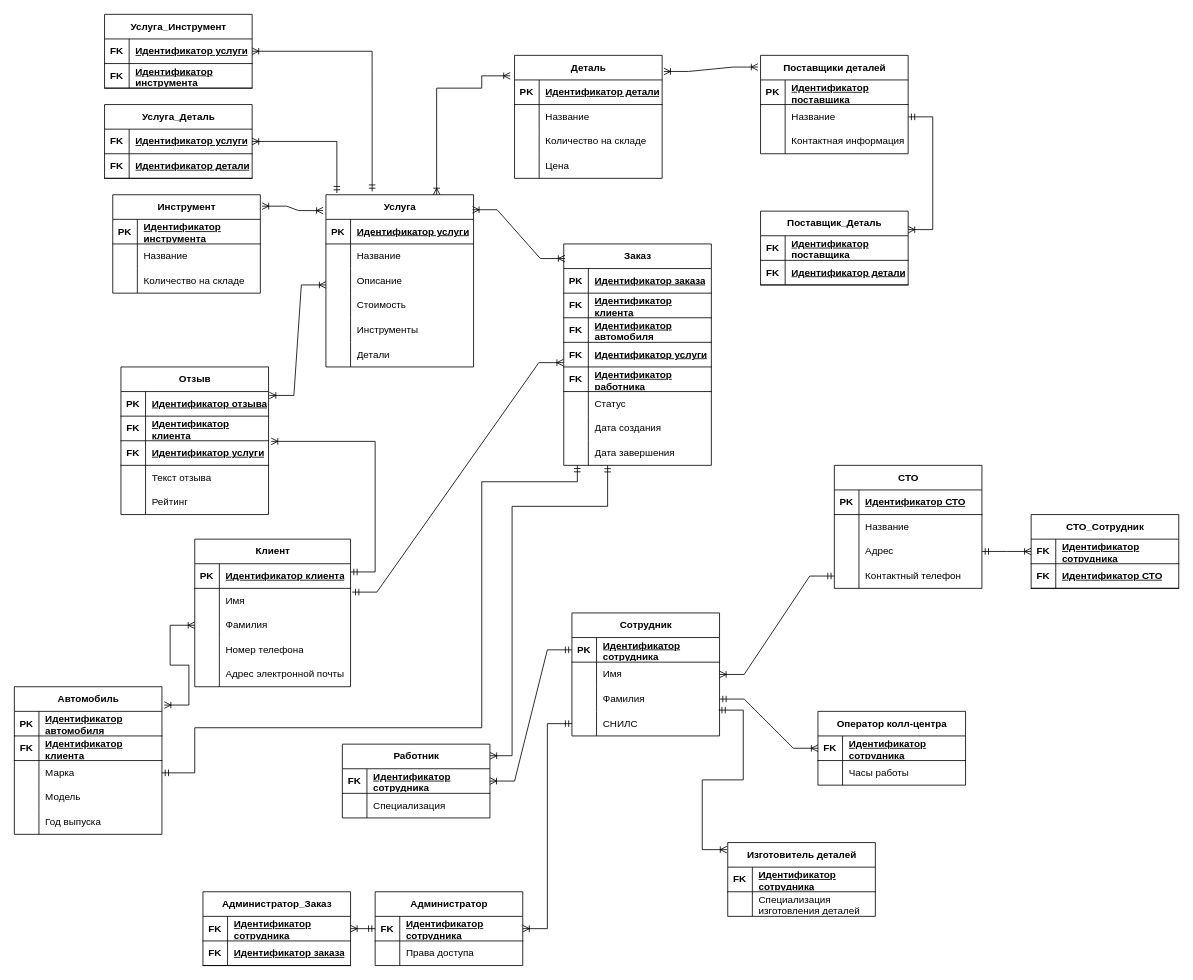
This is Семестр 5/ИСБД/курсовая/этап2/normalize_infological.drawio from Ivanio1/itmo-3course, a draw.io file, before an edit. Source tidied: cells renumbered, new cells numbered last; positions are measured from the earlier drawing's top-left corner, leaving out a move shared by most shapes. Both pictures are drawn from the tidied source at 82%, with x=0, y=0 at pixel (14, 14).
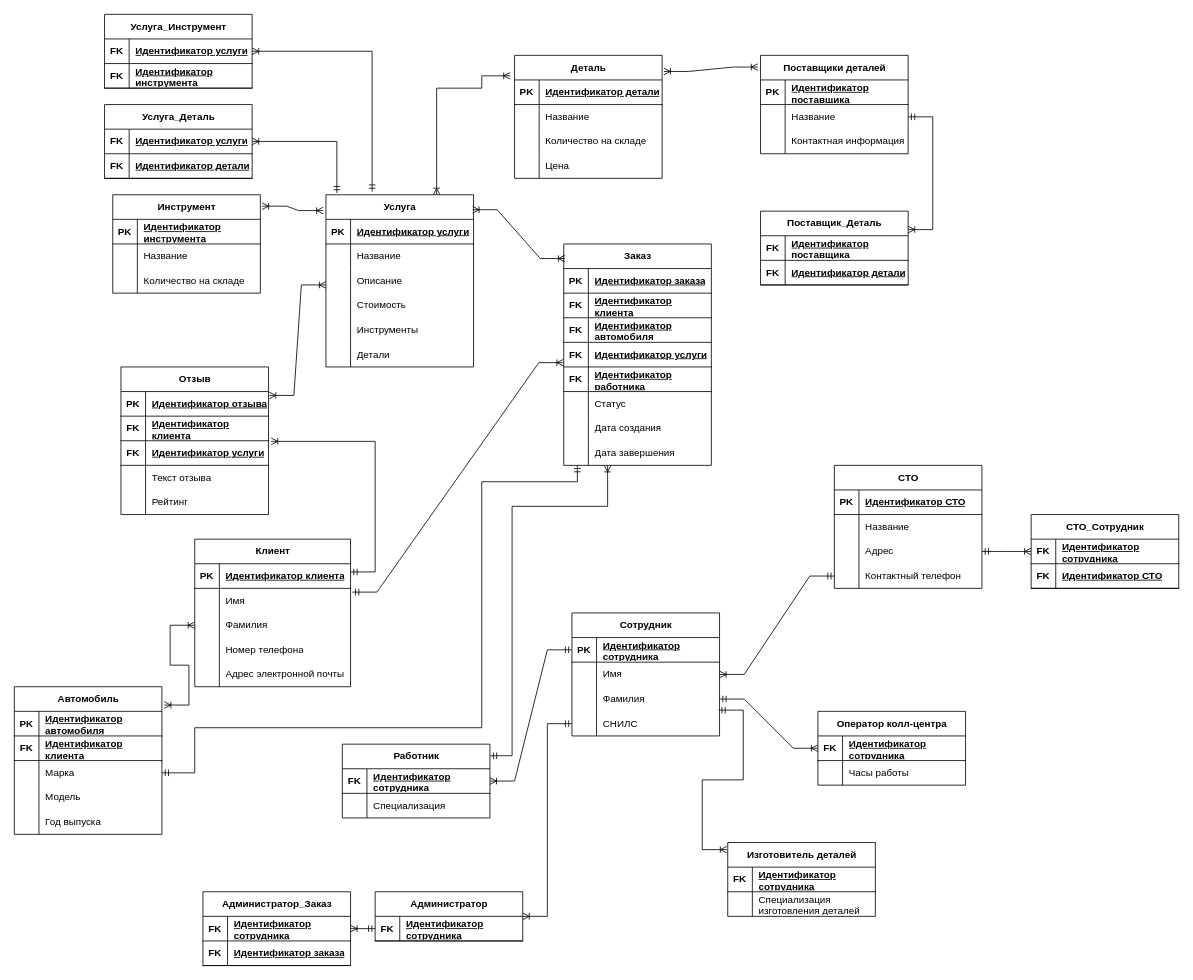
The same page after the edit.

Unchanged cells that the change refers to:
```xml
<mxCell id="31" value="Работник" style="shape=table;startSize=30;childLayout=tableLayout;rowLines=0;fontStyle=1;align=center;html=1;" parent="1" vertex="1">
  <mxGeometry x="400" y="890" width="180" height="90" as="geometry" />
</mxCell>
```

The edit, as a diff of the source:
```diff
@@
     <mxCell id="39" value="Администратор" style="shape=table;startSize=30;childLayout=tableLayout;rowLines=0;fontStyle=1;align=center;html=1;" parent="1" vertex="1">
-      <mxGeometry x="440" y="1070" width="180" height="90" as="geometry" />
+      <mxGeometry x="440" y="1070" width="180" height="60" as="geometry" />
     </mxCell>
@@
-    <mxCell id="43" style="shape=tableRow;horizontal=0;startSize=0;swimlaneHead=0;swimlaneBody=0;fillColor=none;top=0;left=0;right=0;bottom=0;" parent="39" vertex="1">
-      <mxGeometry y="60" width="180" height="30" as="geometry" />
-    </mxCell>
-    <mxCell id="44" style="shape=partialRectangle;fillColor=none;top=0;left=0;bottom=0;right=0;overflow=hidden;whiteSpace=wrap;html=1;" parent="43" vertex="1">
-      <mxGeometry width="30" height="30" as="geometry" />
-    </mxCell>
-    <mxCell id="45" value="Права доступа" style="shape=partialRectangle;fillColor=none;top=0;left=0;bottom=0;right=0;align=left;spacingLeft=6;overflow=hidden;whiteSpace=wrap;html=1;" parent="43" vertex="1">
-      <mxGeometry x="30" width="150" height="30" as="geometry" />
-    </mxCell>
@@
-    <mxCell id="159" style="edgeStyle=orthogonalEdgeStyle;fontSize=12;html=1;endArrow=ERmandOne;startArrow=ERoneToMany;rounded=0;entryX=0.092;entryY=0.996;entryDx=0;entryDy=0;entryPerimeter=0;endFill=0;exitX=1.001;exitY=0.157;exitDx=0;exitDy=0;exitPerimeter=0;startFill=0;" parent="1" edge="1" source="31">
+    <mxCell id="159" style="edgeStyle=orthogonalEdgeStyle;fontSize=12;html=1;endArrow=ERoneToMany;startArrow=ERmandOne;rounded=0;entryX=0.092;entryY=0.996;entryDx=0;entryDy=0;entryPerimeter=0;endFill=0;exitX=1.001;exitY=0.157;exitDx=0;exitDy=0;exitPerimeter=0;startFill=0;" parent="1" edge="1" source="31">
       <mxGeometry relative="1" as="geometry">
         <mxPoint x="723.5" y="550" as="targetPoint" />
         <Array as="points">
           <mxPoint x="607" y="904" />
           <mxPoint x="607" y="600" />
           <mxPoint x="723" y="600" />
         </Array>
       </mxGeometry>
     </mxCell>
```
